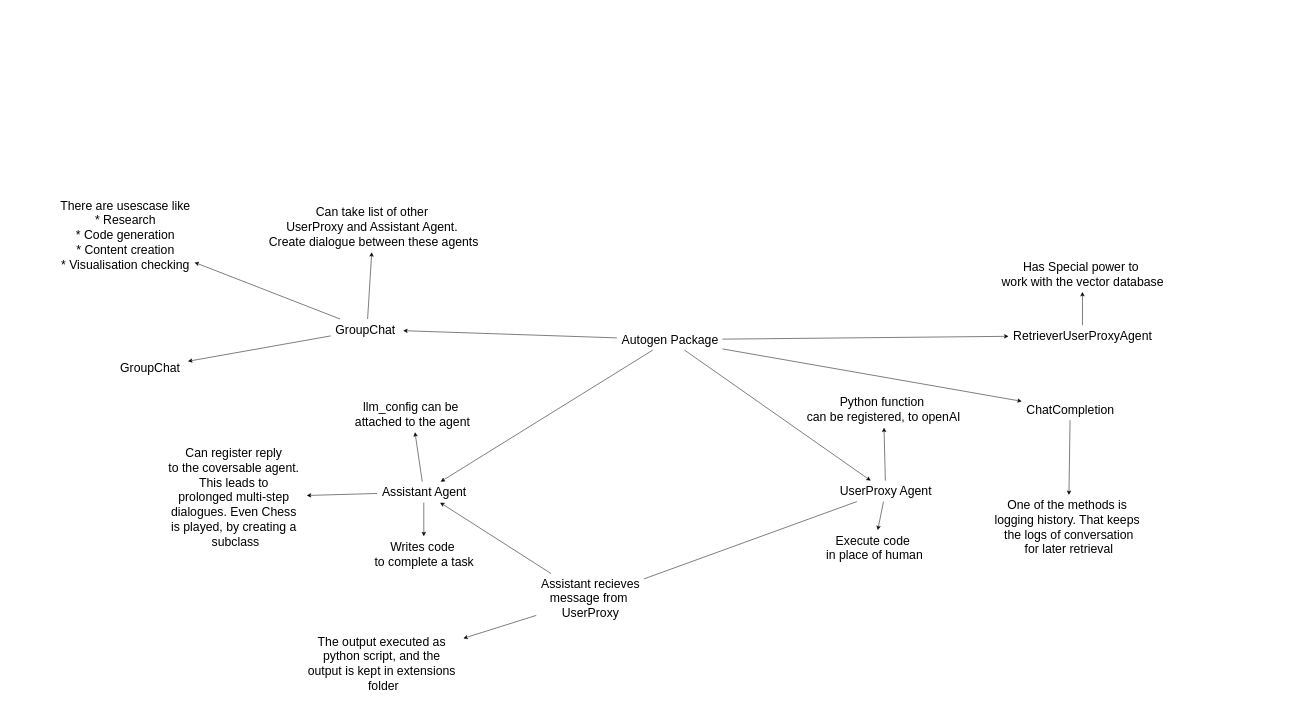
Earlier version of the draw.io diagram autogen_understanding.dio (microsoft/autogen). Source tidied: cells renumbered, new cells numbered last; positions are measured from the earlier drawing's top-left corner, leaving out a move shared by most shapes. Both pictures are drawn from the tidied source at 51%, with x=0, y=0 at pixel (55, 195).
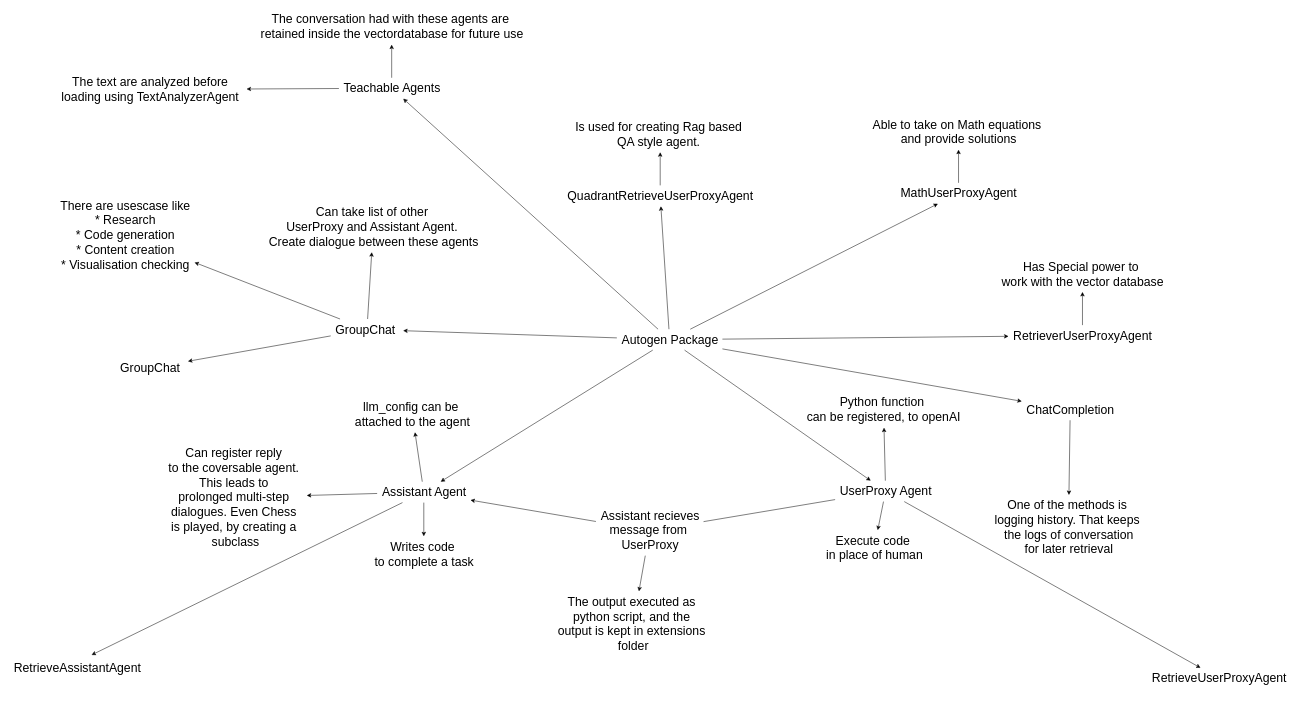
The same diagram, later.

Commit message:
updated notebook data

Unchanged cells that the change refers to:
```xml
<mxCell id="7" value="&lt;font style=&quot;font-size: 24px;&quot;&gt;Autogen Package&lt;/font&gt;" style="text;html=1;align=center;verticalAlign=middle;points=[];strokeColor=none;fillColor=none;" parent="1" vertex="1">
  <mxGeometry x="1101" y="262" width="207" height="41" as="geometry" />
</mxCell>
<mxCell id="12" value="Assistant Agent" style="text;html=1;align=center;verticalAlign=middle;points=[];strokeColor=none;fillColor=none;fontSize=24;" parent="1" vertex="1">
  <mxGeometry x="631" y="561" width="183" height="41" as="geometry" />
</mxCell>
<mxCell id="15" value="UserProxy Agent&lt;br&gt;" style="text;html=1;align=center;verticalAlign=middle;points=[];strokeColor=none;fillColor=none;fontSize=24;" parent="1" vertex="1">
  <mxGeometry x="1529" y="559" width="198" height="41" as="geometry" />
</mxCell>
```

Change to the diagram source:
```diff
@@
+    <mxCell id="38" style="edgeStyle=none;html=1;" parent="1" edge="1" source="7" target="44">
+      <mxGeometry relative="1" as="geometry" />
+    </mxCell>
+    <mxCell id="39" style="edgeStyle=none;html=1;" parent="1" edge="1" source="7" target="47">
+      <mxGeometry relative="1" as="geometry" />
+    </mxCell>
+    <mxCell id="40" style="edgeStyle=none;html=1;" parent="1" edge="1" source="7" target="53">
+      <mxGeometry relative="1" as="geometry" />
+    </mxCell>
@@
+    <mxCell id="41" style="edgeStyle=none;html=1;entryX=0.607;entryY=-0.129;entryDx=0;entryDy=0;entryPerimeter=0;" parent="1" edge="1" source="12" target="49">
+      <mxGeometry relative="1" as="geometry" />
+    </mxCell>
@@
+    <mxCell id="42" style="edgeStyle=none;html=1;" parent="1" edge="1" source="15" target="50">
+      <mxGeometry relative="1" as="geometry" />
+    </mxCell>
@@
     <mxCell id="20" value="Assistant recieves&lt;br&gt;message from&amp;nbsp;&lt;br&gt;UserProxy" style="text;html=1;align=center;verticalAlign=middle;points=[];strokeColor=none;fillColor=none;fontSize=24;" parent="1" vertex="1">
-      <mxGeometry x="943" y="741" width="211" height="98" as="geometry" />
+      <mxGeometry x="1060" y="608" width="211" height="98" as="geometry" />
     </mxCell>
     <mxCell id="21" value="The output executed as&amp;nbsp;&lt;br&gt;python script, and the&amp;nbsp;&lt;br&gt;output is kept in extensions&amp;nbsp;&lt;br&gt;folder" style="text;html=1;align=center;verticalAlign=middle;points=[];strokeColor=none;fillColor=none;fontSize=24;" parent="1" vertex="1">
-      <mxGeometry x="486" y="854" width="314" height="127" as="geometry" />
+      <mxGeometry x="976" y="776" width="314" height="127" as="geometry" />
     </mxCell>
@@
+    <mxCell id="43" style="edgeStyle=none;html=1;" parent="1" edge="1" source="44" target="45">
+      <mxGeometry relative="1" as="geometry" />
+    </mxCell>
+    <mxCell id="44" value="&lt;font style=&quot;font-size: 24px;&quot;&gt;MathUserProxyAgent&lt;/font&gt;" style="text;html=1;align=center;verticalAlign=middle;points=[];strokeColor=none;fillColor=none;" parent="1" vertex="1">
+      <mxGeometry x="1648" y="-25" width="246" height="41" as="geometry" />
+    </mxCell>
+    <mxCell id="45" value="&lt;font style=&quot;font-size: 24px;&quot;&gt;Able to take on Math equations&amp;nbsp;&lt;br&gt;and provide solutions&lt;br&gt;&lt;/font&gt;" style="text;html=1;align=center;verticalAlign=middle;points=[];strokeColor=none;fillColor=none;" parent="1" vertex="1">
+      <mxGeometry x="1593" y="-160" width="356" height="70" as="geometry" />
+    </mxCell>
+    <mxCell id="46" style="edgeStyle=none;html=1;" parent="1" edge="1" source="47" target="48">
+      <mxGeometry relative="1" as="geometry" />
+    </mxCell>
+    <mxCell id="47" value="&lt;font style=&quot;font-size: 24px;&quot;&gt;QuadrantRetrieveUserProxyAgent&lt;/font&gt;" style="text;html=1;align=center;verticalAlign=middle;points=[];strokeColor=none;fillColor=none;" parent="1" vertex="1">
+      <mxGeometry x="995" y="-20" width="382" height="41" as="geometry" />
+    </mxCell>
+    <mxCell id="48" value="&lt;span style=&quot;font-size: 24px;&quot;&gt;Is used for creating Rag based&amp;nbsp;&lt;br&gt;QA style agent.&amp;nbsp;&lt;br&gt;&lt;/span&gt;" style="text;html=1;align=center;verticalAlign=middle;points=[];strokeColor=none;fillColor=none;" parent="1" vertex="1">
+      <mxGeometry x="1010" y="-155" width="352" height="70" as="geometry" />
+    </mxCell>
+    <mxCell id="49" value="RetrieveAssistantAgent" style="text;html=1;align=center;verticalAlign=middle;points=[];strokeColor=none;fillColor=none;fontSize=24;" parent="1" vertex="1">
+      <mxGeometry x="-91" y="906" width="267" height="41" as="geometry" />
+    </mxCell>
+    <mxCell id="50" value="RetrieveUserProxyAgent" style="text;html=1;align=center;verticalAlign=middle;points=[];strokeColor=none;fillColor=none;fontSize=24;" parent="1" vertex="1">
+      <mxGeometry x="2141" y="926" width="282" height="41" as="geometry" />
+    </mxCell>
+    <mxCell id="51" style="edgeStyle=none;html=1;" parent="1" edge="1" source="53" target="54">
+      <mxGeometry relative="1" as="geometry" />
+    </mxCell>
+    <mxCell id="52" style="edgeStyle=none;html=1;" parent="1" edge="1" source="53" target="55">
+      <mxGeometry relative="1" as="geometry" />
+    </mxCell>
+    <mxCell id="53" value="&lt;font style=&quot;font-size: 24px;&quot;&gt;Teachable Agents&lt;/font&gt;" style="text;html=1;align=center;verticalAlign=middle;points=[];strokeColor=none;fillColor=none;" parent="1" vertex="1">
+      <mxGeometry x="556" y="-231" width="207" height="41" as="geometry" />
+    </mxCell>
+    <mxCell id="54" value="&lt;font style=&quot;font-size: 24px;&quot;&gt;The conversation had with these agents are&amp;nbsp;&lt;br&gt;retained inside the vectordatabase for future use&lt;br&gt;&lt;/font&gt;" style="text;html=1;align=center;verticalAlign=middle;points=[];strokeColor=none;fillColor=none;" parent="1" vertex="1">
+      <mxGeometry x="393" y="-366" width="533" height="70" as="geometry" />
+    </mxCell>
+    <mxCell id="55" value="&lt;font style=&quot;font-size: 24px;&quot;&gt;The text are analyzed before&amp;nbsp;&lt;br&gt;loading using TextAnalyzerAgent&amp;nbsp;&lt;/font&gt;" style="text;html=1;align=center;verticalAlign=middle;points=[];strokeColor=none;fillColor=none;" parent="1" vertex="1">
+      <mxGeometry x="3" y="-243" width="372" height="70" as="geometry" />
+    </mxCell>
```
